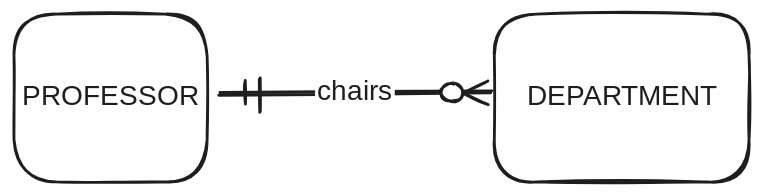
vk-db-modeling-fall-25/shared-notes keeps this Excalidraw diagram as media/prof-dept-crow.excalidraw.svg. Above is the earlier version. Source tidied: one line per element, renumbered; positions are measured from the earlier drawing's top-left corner, leaving out a move shared by most shapes.
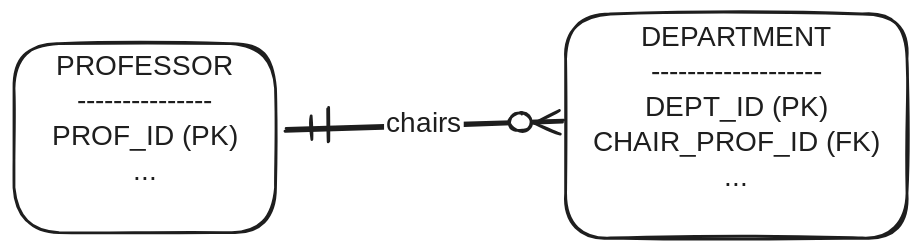
Above is the later version.

The edit, as a diff of the source:
```diff
@@ -1,8 +1,8 @@
-{"id": 0, "type": "rectangle", "strokeColor": "#1e1e1e", "strokeWidth": 2, "roughness": 1, "round": true, "x": 0, "y": 0, "width": 138, "height": 120}
+{"id": 0, "type": "rectangle", "strokeColor": "#1e1e1e", "strokeWidth": 2, "roughness": 1, "round": true, "x": -49, "y": 0, "width": 187, "height": 135}
-{"id": 1, "type": "text", "text": "PROFESSOR", "strokeColor": "#1e1e1e", "strokeWidth": 2, "roughness": 1, "fontSize": 20, "fontFamily": 5, "textAlign": "center", "verticalAlign": "middle", "inside": 0, "x": 6, "y": 48, "width": 126, "height": 25}
+{"id": 1, "type": "text", "text": "PROFESSOR\n---------------\nPROF_ID (PK)\n...", "strokeColor": "#1e1e1e", "strokeWidth": 2, "roughness": 1, "fontSize": 20, "fontFamily": 5, "textAlign": "center", "inside": 0, "x": -30, "y": 5, "width": 148, "height": 100}
-{"id": 2, "type": "rectangle", "strokeColor": "#1e1e1e", "strokeWidth": 2, "roughness": 1, "round": true, "x": 343, "y": 0, "width": 182, "height": 120}
+{"id": 2, "type": "rectangle", "strokeColor": "#1e1e1e", "strokeWidth": 2, "roughness": 1, "round": true, "x": 345, "y": -21, "width": 244, "height": 160}
-{"id": 3, "type": "text", "text": "DEPARTMENT", "strokeColor": "#1e1e1e", "strokeWidth": 2, "roughness": 1, "fontSize": 20, "fontFamily": 5, "textAlign": "center", "verticalAlign": "middle", "inside": 2, "x": 362, "y": 48, "width": 145, "height": 25}
+{"id": 3, "type": "text", "text": "DEPARTMENT\n-------------------\nDEPT_ID (PK)\nCHAIR_PROF_ID (FK)\n...", "strokeColor": "#1e1e1e", "strokeWidth": 2, "roughness": 1, "fontSize": 20, "fontFamily": 5, "textAlign": "center", "inside": 2, "x": 355, "y": -16, "width": 224, "height": 125}
-{"id": 4, "type": "arrow", "strokeColor": "#1e1e1e", "strokeWidth": 2, "roughness": 1, "startArrowhead": "crowfoot_one", "endArrowhead": "crowfoot_many", "round": true, "from": 0, "to": 2, "x": 146, "y": 57, "width": 195, "height": 2, "points": [[0, 0], [195, -2]]}
+{"id": 4, "type": "arrow", "strokeColor": "#1e1e1e", "strokeWidth": 2, "roughness": 1, "startArrowhead": "crowfoot_one", "endArrowhead": "crowfoot_many", "round": true, "from": 0, "to": 2, "x": 144, "y": 62, "width": 199, "height": 7, "points": [[0, 0], [199, -7]]}
 {"id": 5, "type": "text", "text": "chairs", "strokeColor": "#1e1e1e", "strokeWidth": 2, "roughness": 1, "fontSize": 20, "fontFamily": 5, "textAlign": "center", "verticalAlign": "middle", "inside": 4, "x": 216, "y": 44, "width": 57, "height": 25}
 {"id": 6, "type": "line", "strokeColor": "#1e1e1e", "strokeWidth": 2, "roughness": 1, "round": true, "x": 176, "y": 46, "width": 0, "height": 24, "points": [[0, 0], [0, 24]]}
 {"id": 7, "type": "ellipse", "strokeColor": "#1e1e1e", "backgroundColor": "#ffffff", "fillStyle": "solid", "strokeWidth": 2, "roughness": 1, "round": true, "x": 305, "y": 50, "width": 16, "height": 13}
```
